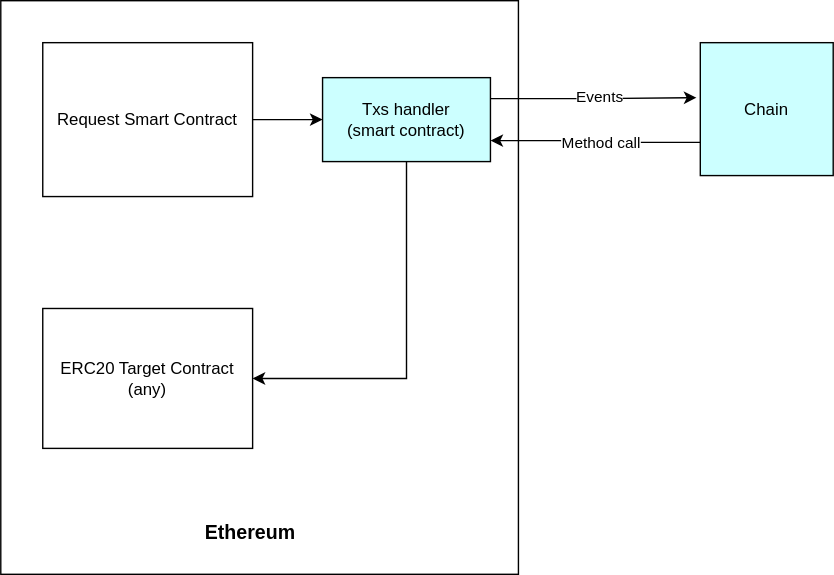
Earlier version of the draw.io export ATTC-concepts.drawio.svg (beamuu/senior-project-concepts). Source tidied: cells renumbered, new cells last; positions are measured from the earlier drawing's top-left corner, leaving out a move shared by most shapes.
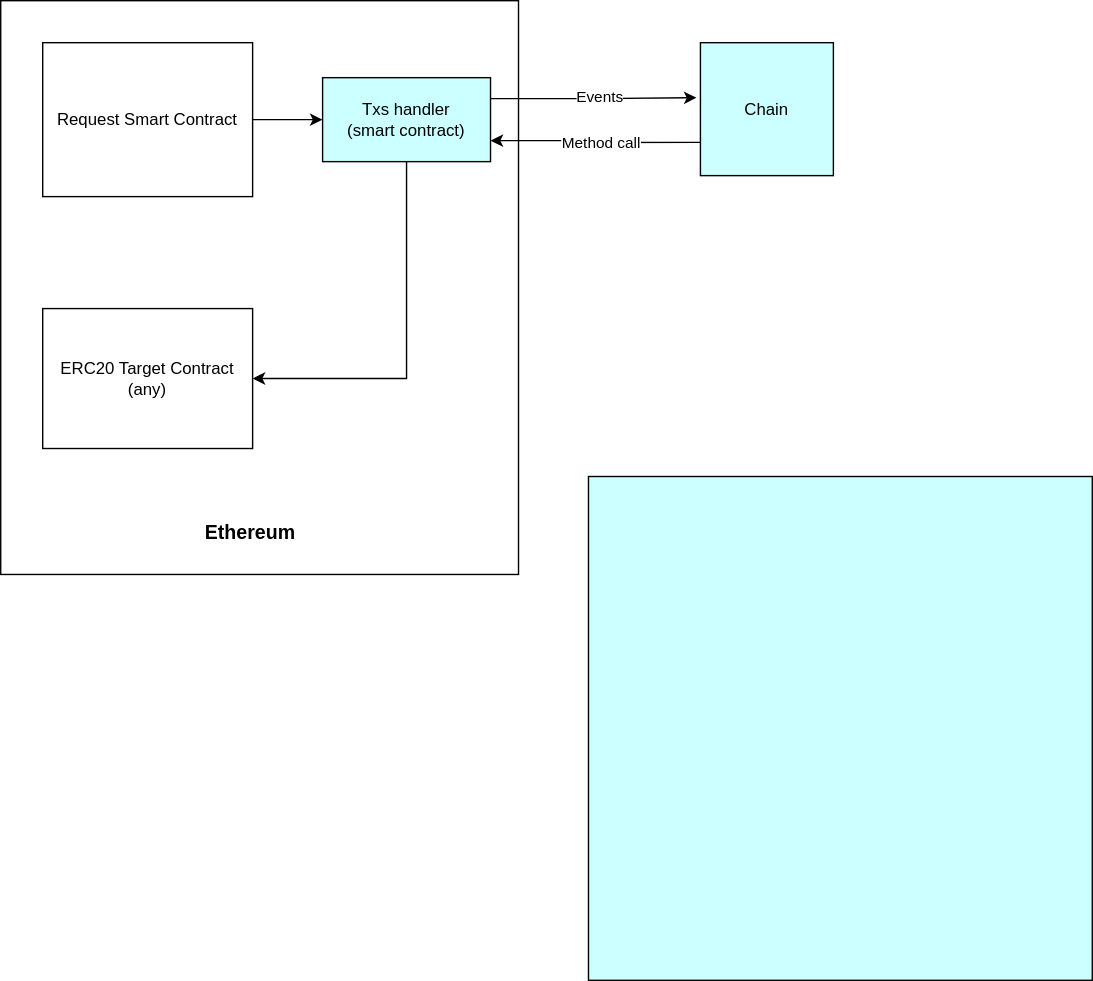
Above is the later version.

Change to the diagram source:
```diff
@@ -38,5 +38,8 @@
     <mxCell id="13" value="&lt;b&gt;&lt;font style=&quot;font-size: 14px&quot;&gt;Ethereum&amp;nbsp;&lt;/font&gt;&lt;/b&gt;" style="text;html=1;align=center;verticalAlign=middle;fillColor=none;strokeColor=none;rounded=0;" parent="1" vertex="1">
       <mxGeometry x="140" y="370" width="80" height="20" as="geometry" />
     </mxCell>
+    <mxCell id="14" style="whiteSpace=wrap;html=1;fontSize=14;fillColor=#CCFFFF;" parent="1" vertex="1">
+      <mxGeometry x="420" y="340" width="360" height="360" as="geometry" />
+    </mxCell>
   </root>
 </mxGraphModel>
```
